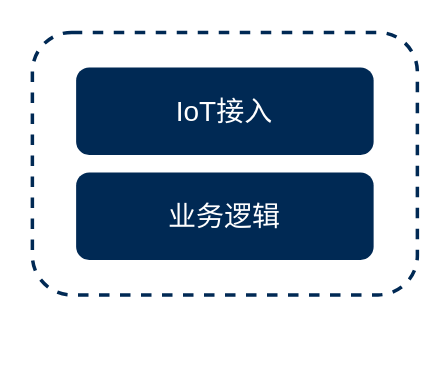
Above: Blueair-模组.drawio in xunzhaoxusanduo/1-drawio (draw.io), before the change. Source tidied: cells renumbered, new cells numbered last; positions are measured from the earlier drawing's top-left corner, leaving out a move shared by most shapes. Both pictures are drawn from the tidied source at 175%, with x=0, y=0 at pixel (32, 32).
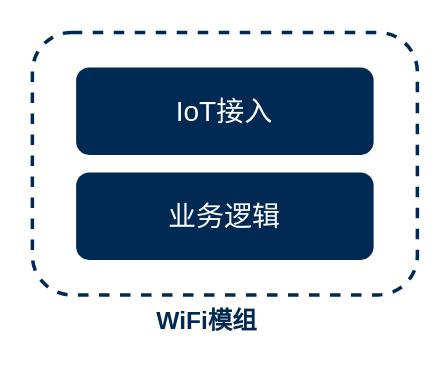
Above is the later version.

Diff of the diagram source:
```diff
@@
 <mxGraphModel>
   <root>
     <mxCell id="0" />
     <mxCell id="1" parent="0" />
     <mxCell id="2" style="rounded=1;whiteSpace=wrap;html=1;strokeColor=#002954;dashed=1;strokeWidth=2;" parent="1" vertex="1">
       <mxGeometry width="220" height="150" as="geometry" />
     </mxCell>
     <mxCell id="3" value="&lt;font style=&quot;font-size: 16px;&quot;&gt;IoT接入&lt;/font&gt;" style="rounded=1;whiteSpace=wrap;html=1;fillColor=#002954;strokeColor=none;fontColor=#FFFFFF;" parent="1" vertex="1">
       <mxGeometry x="25" y="20" width="170" height="50" as="geometry" />
     </mxCell>
     <mxCell id="4" value="&lt;font style=&quot;font-size: 16px;&quot;&gt;业务逻辑&lt;/font&gt;" style="rounded=1;whiteSpace=wrap;html=1;fillColor=#002954;strokeColor=none;fontColor=#FFFFFF;" parent="1" vertex="1">
       <mxGeometry x="25" y="80" width="170" height="50" as="geometry" />
     </mxCell>
+    <mxCell id="5" value="&lt;font style=&quot;font-size: 14px;&quot; color=&quot;#002954&quot;&gt;WiFi模组&lt;/font&gt;" style="text;html=1;align=center;verticalAlign=middle;whiteSpace=wrap;rounded=0;fontStyle=1;fontSize=14;" parent="1" vertex="1">
+      <mxGeometry x="70" y="150" width="60" height="30" as="geometry" />
+    </mxCell>
   </root>
 </mxGraphModel>
```
